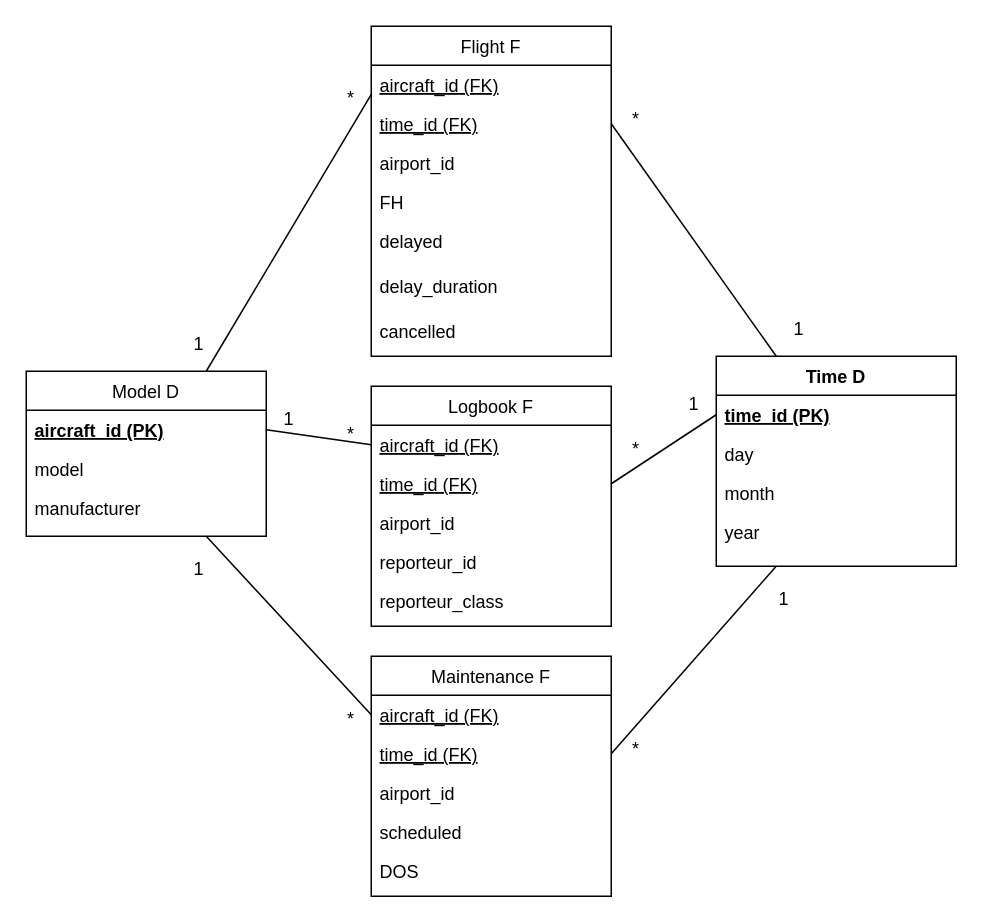
Earlier version of the draw.io diagram pw1.drawio (AdriaCoding/DW). Source tidied: cells renumbered, new cells numbered last; positions are measured from the earlier drawing's top-left corner, leaving out a move shared by most shapes. Both pictures are drawn from the tidied source at 150%, with x=0, y=0 at pixel (26, 26).
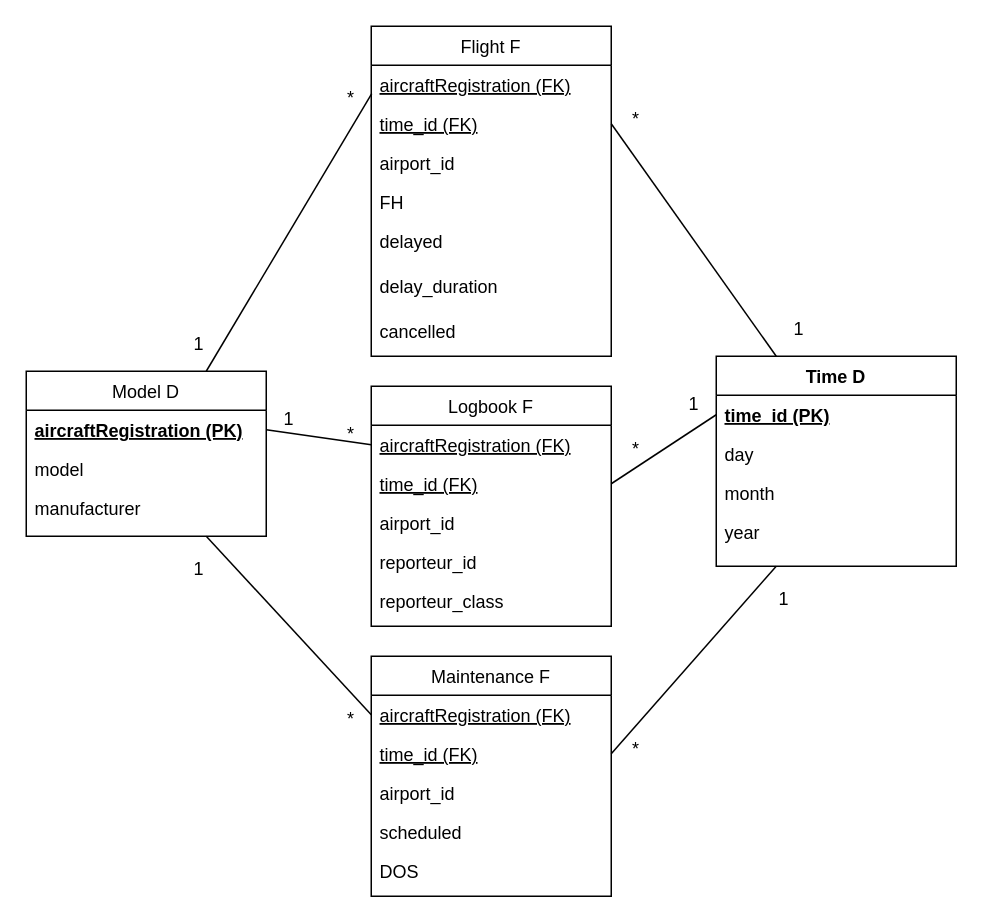
The same diagram, later.

Commit message:
aircraft_id -> aircraftRegistration

Unchanged cells that the change refers to:
```xml
<mxCell id="2" value="Model D" style="swimlane;fontStyle=0;align=center;verticalAlign=top;horizontal=1;startSize=26;rounded=0;shadow=0;strokeWidth=1;" parent="1" vertex="1">
  <mxGeometry y="230" width="160" height="110" as="geometry" />
</mxCell>
<mxCell id="6" value="Logbook F" style="swimlane;fontStyle=0;align=center;verticalAlign=top;horizontal=1;startSize=26;rounded=0;shadow=0;strokeWidth=1;" parent="1" vertex="1">
  <mxGeometry x="230" y="240" width="160" height="160" as="geometry" />
</mxCell>
<mxCell id="17" value="Flight F" style="swimlane;fontStyle=0;align=center;verticalAlign=top;horizontal=1;startSize=26;rounded=0;shadow=0;strokeWidth=1;" parent="1" vertex="1">
  <mxGeometry x="230" width="160" height="220" as="geometry" />
</mxCell>
<mxCell id="25" value="Maintenance F" style="swimlane;fontStyle=0;align=center;verticalAlign=top;horizontal=1;startSize=26;rounded=0;shadow=0;strokeWidth=1;" parent="1" vertex="1">
  <mxGeometry x="230" y="420" width="160" height="160" as="geometry" />
</mxCell>
```

Change to the diagram source:
```diff
@@
-    <mxCell id="3" value="aircraft_id (PK)" style="text;align=left;verticalAlign=top;spacingLeft=4;spacingRight=4;overflow=hidden;points=[[0,0.5],[1,0.5]];portConstraint=eastwest;fontStyle=5;" parent="2" vertex="1">
+    <mxCell id="3" value="aircraftRegistration (PK)" style="text;align=left;verticalAlign=top;spacingLeft=4;spacingRight=4;overflow=hidden;points=[[0,0.5],[1,0.5]];portConstraint=eastwest;fontStyle=5;" parent="2" vertex="1">
       <mxGeometry y="26" width="160" height="26" as="geometry" />
     </mxCell>
@@
-    <mxCell id="7" value="aircraft_id (FK)" style="text;align=left;verticalAlign=top;spacingLeft=4;spacingRight=4;overflow=hidden;points=[[0,0.5],[1,0.5]];portConstraint=eastwest;rounded=0;shadow=0;html=0;fontStyle=4;" parent="6" vertex="1">
+    <mxCell id="7" value="aircraftRegistration (FK)" style="text;align=left;verticalAlign=top;spacingLeft=4;spacingRight=4;overflow=hidden;points=[[0,0.5],[1,0.5]];portConstraint=eastwest;rounded=0;shadow=0;html=0;fontStyle=4;" parent="6" vertex="1">
       <mxGeometry y="26" width="160" height="26" as="geometry" />
     </mxCell>
@@
-    <mxCell id="18" value="aircraft_id (FK)" style="text;align=left;verticalAlign=top;spacingLeft=4;spacingRight=4;overflow=hidden;points=[[0,0.5],[1,0.5]];portConstraint=eastwest;fontStyle=4;" parent="17" vertex="1">
+    <mxCell id="18" value="aircraftRegistration (FK)" style="text;align=left;verticalAlign=top;spacingLeft=4;spacingRight=4;overflow=hidden;points=[[0,0.5],[1,0.5]];portConstraint=eastwest;fontStyle=4;" parent="17" vertex="1">
       <mxGeometry y="26" width="160" height="26" as="geometry" />
     </mxCell>
@@
-    <mxCell id="26" value="aircraft_id (FK)" style="text;align=left;verticalAlign=top;spacingLeft=4;spacingRight=4;overflow=hidden;points=[[0,0.5],[1,0.5]];portConstraint=eastwest;rounded=0;shadow=0;html=0;fontStyle=4;" parent="25" vertex="1">
+    <mxCell id="26" value="aircraftRegistration (FK)" style="text;align=left;verticalAlign=top;spacingLeft=4;spacingRight=4;overflow=hidden;points=[[0,0.5],[1,0.5]];portConstraint=eastwest;rounded=0;shadow=0;html=0;fontStyle=4;" parent="25" vertex="1">
       <mxGeometry y="26" width="160" height="26" as="geometry" />
     </mxCell>
```
